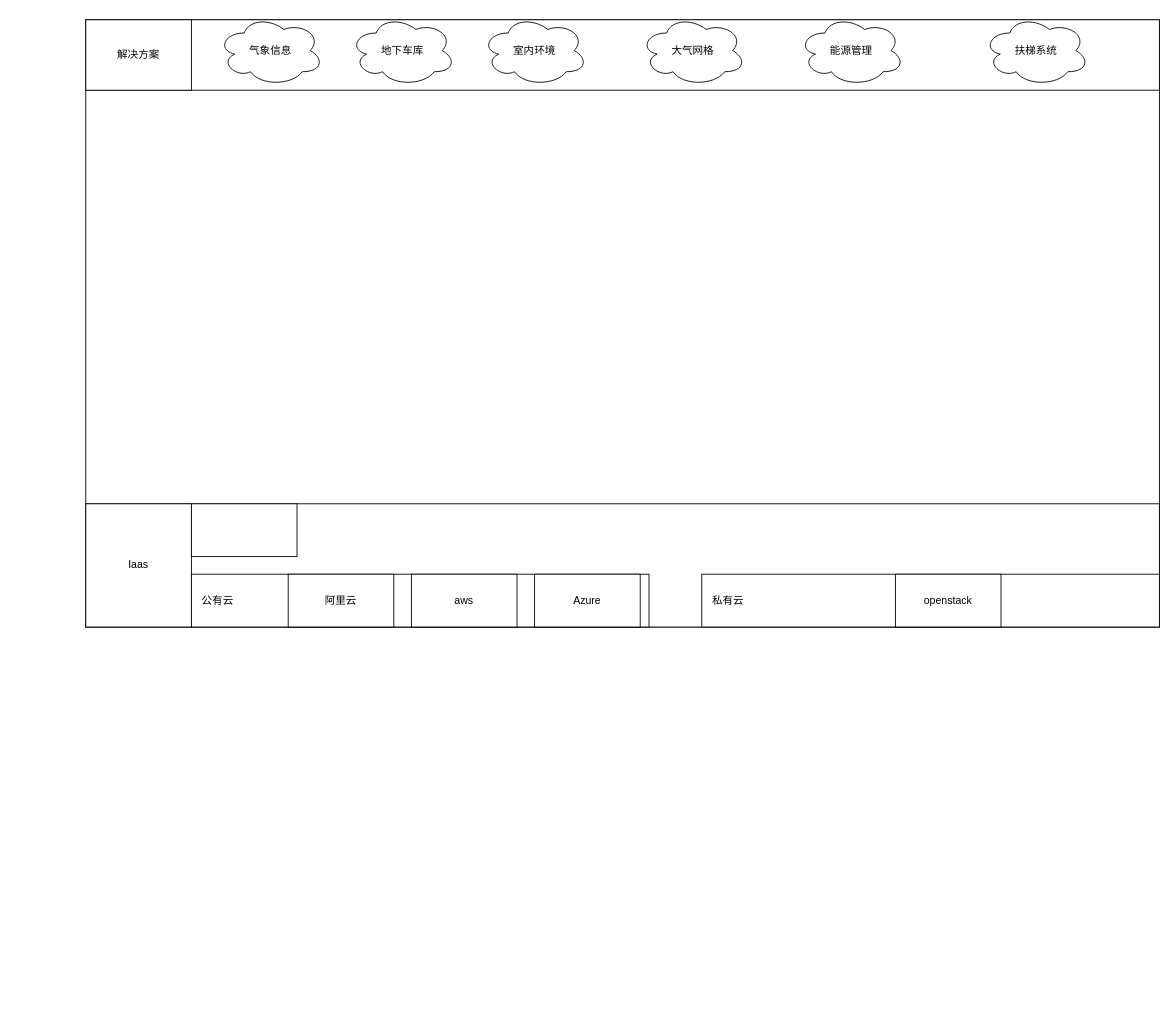
Earlier version of the draw.io diagram page "pass" (2 of 3) of qiwu.drawio (viking-wj/software). Source tidied: cells renumbered, new cells numbered last; positions are measured from the earlier drawing's top-left corner, leaving out a move shared by most shapes. Both pictures are drawn from the tidied source at 88%, with x=0, y=0 at pixel (85, 15).
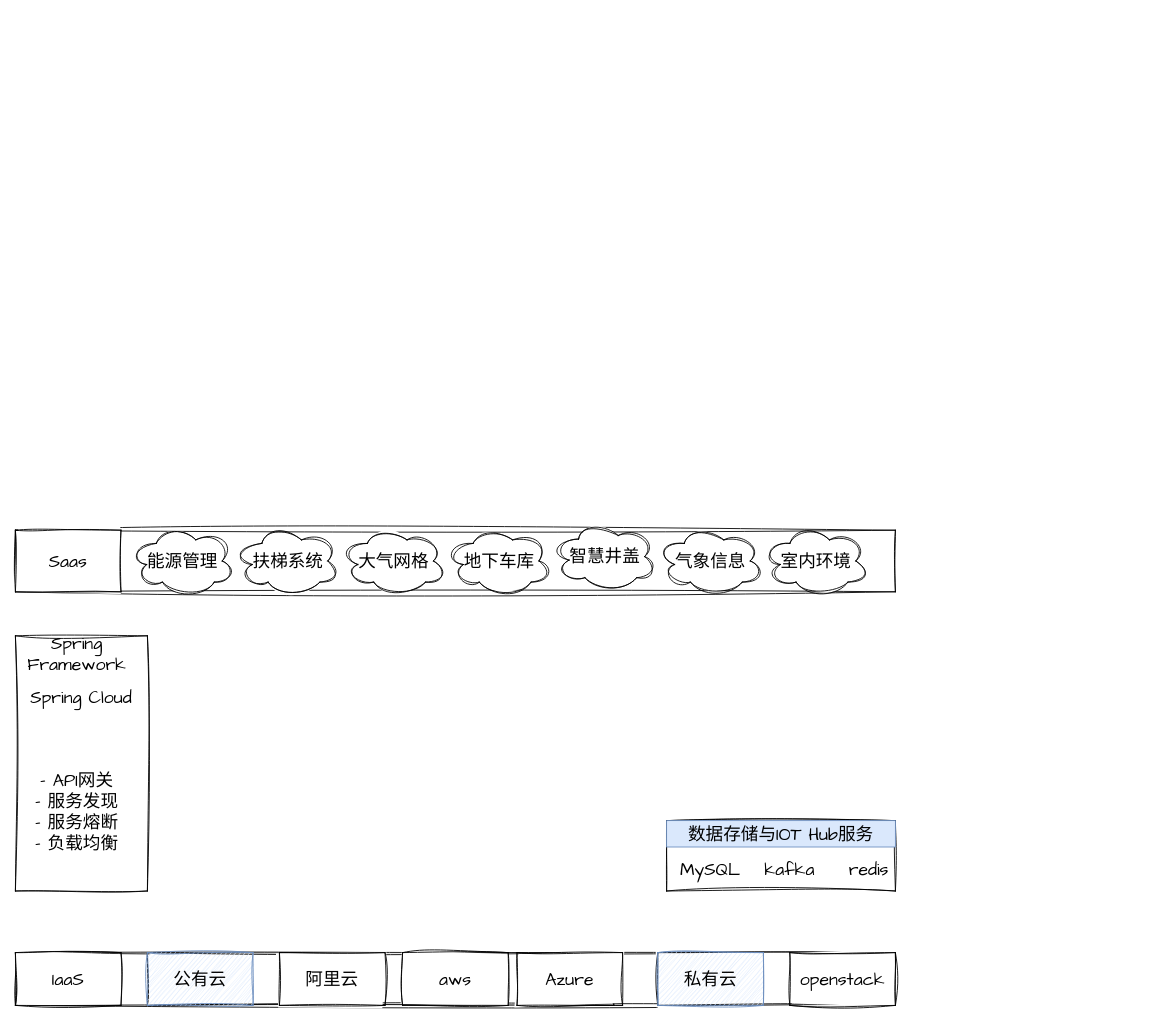
After the change.

What changed in the source:
```diff
@@
-    <mxCell id="2" style="rounded=0;whiteSpace=wrap;html=1;" parent="1" vertex="1">
-      <mxGeometry y="5" width="1220" height="690" as="geometry" />
-    </mxCell>
-    <mxCell id="3" style="rounded=0;whiteSpace=wrap;html=1;" parent="1" vertex="1">
-      <mxGeometry y="5" width="1220" height="80" as="geometry" />
-    </mxCell>
-    <mxCell id="4" value="解决方案" style="rounded=0;whiteSpace=wrap;html=1;" parent="1" vertex="1">
-      <mxGeometry y="5" width="120" height="80" as="geometry" />
-    </mxCell>
-    <mxCell id="5" value="气象信息" style="ellipse;shape=cloud;whiteSpace=wrap;html=1;" parent="1" vertex="1">
-      <mxGeometry x="150" width="120" height="80" as="geometry" />
-    </mxCell>
-    <mxCell id="6" value="地下车库" style="ellipse;shape=cloud;whiteSpace=wrap;html=1;" parent="1" vertex="1">
-      <mxGeometry x="300" width="120" height="80" as="geometry" />
-    </mxCell>
-    <mxCell id="7" value="室内环境" style="ellipse;shape=cloud;whiteSpace=wrap;html=1;" parent="1" vertex="1">
-      <mxGeometry x="450" width="120" height="80" as="geometry" />
-    </mxCell>
-    <mxCell id="8" value="大气网格" style="ellipse;shape=cloud;whiteSpace=wrap;html=1;" parent="1" vertex="1">
-      <mxGeometry x="630" width="120" height="80" as="geometry" />
-    </mxCell>
+    <mxCell id="22" style="group;" parent="1" vertex="1">
+      <mxGeometry x="660" y="915" width="260" height="80" as="geometry" />
+    </mxCell>
+    <mxCell id="23" style="rounded=0;whiteSpace=wrap;html=1;sketch=1;hachureGap=4;jiggle=2;curveFitting=1;fontFamily=Architects Daughter;fontSize=20;" parent="22" vertex="1">
+      <mxGeometry width="260" height="80" as="geometry" />
+    </mxCell>
+    <mxCell id="24" value="MySQL" style="text;html=1;strokeColor=none;fillColor=none;align=center;verticalAlign=middle;whiteSpace=wrap;rounded=0;fontSize=20;fontFamily=Architects Daughter;" parent="22" vertex="1">
+      <mxGeometry x="20" y="40" width="60" height="30" as="geometry" />
+    </mxCell>
+    <mxCell id="25" value="kafka" style="text;html=1;strokeColor=none;fillColor=none;align=center;verticalAlign=middle;whiteSpace=wrap;rounded=0;fontSize=20;fontFamily=Architects Daughter;" parent="22" vertex="1">
+      <mxGeometry x="110" y="40" width="60" height="30" as="geometry" />
+    </mxCell>
+    <mxCell id="26" value="redis" style="text;html=1;strokeColor=none;fillColor=none;align=center;verticalAlign=middle;whiteSpace=wrap;rounded=0;fontSize=20;fontFamily=Architects Daughter;" parent="22" vertex="1">
+      <mxGeometry x="200" y="40" width="60" height="30" as="geometry" />
+    </mxCell>
+    <mxCell id="27" value="数据存储与IOT Hub服务" style="text;html=1;strokeColor=#6c8ebf;fillColor=#dae8fc;align=center;verticalAlign=middle;whiteSpace=wrap;rounded=0;fontSize=20;fontFamily=Architects Daughter;" parent="22" vertex="1">
+      <mxGeometry width="260" height="30" as="geometry" />
+    </mxCell>
+    <mxCell id="28" style="group;" parent="1" vertex="1">
+      <mxGeometry x="-80" y="705" width="150" height="299" as="geometry" />
+    </mxCell>
+    <mxCell id="29" style="rounded=0;whiteSpace=wrap;html=1;sketch=1;hachureGap=4;jiggle=2;curveFitting=1;fontFamily=Architects Daughter;fontSize=20;" parent="28" vertex="1">
+      <mxGeometry width="150" height="290" as="geometry" />
+    </mxCell>
+    <mxCell id="30" value="Spring Framework" style="text;html=1;strokeColor=none;fillColor=none;align=center;verticalAlign=middle;whiteSpace=wrap;rounded=0;fontSize=20;fontFamily=Architects Daughter;" parent="28" vertex="1">
+      <mxGeometry width="140" height="40" as="geometry" />
+    </mxCell>
+    <mxCell id="31" value="- API网关&lt;br&gt;- 服务发现&lt;br&gt;- 服务熔断&lt;br&gt;- 负载均衡" style="text;html=1;strokeColor=none;fillColor=none;align=center;verticalAlign=middle;whiteSpace=wrap;rounded=0;fontSize=20;fontFamily=Architects Daughter;" parent="28" vertex="1">
+      <mxGeometry x="15" y="100" width="110" height="199" as="geometry" />
+    </mxCell>
+    <mxCell id="32" value="Spring&amp;nbsp;Cloud" style="text;html=1;strokeColor=none;fillColor=none;align=center;verticalAlign=middle;whiteSpace=wrap;rounded=0;fontSize=20;fontFamily=Architects Daughter;" parent="28" vertex="1">
+      <mxGeometry x="5" y="50" width="140" height="40" as="geometry" />
+    </mxCell>
+    <mxCell id="33" style="group;" parent="1" vertex="1">
+      <mxGeometry x="-80" y="575" width="1000" height="85" as="geometry" />
+    </mxCell>
+    <mxCell id="34" style="rounded=0;whiteSpace=wrap;html=1;sketch=1;hachureGap=4;jiggle=2;curveFitting=1;fontFamily=Architects Daughter;fontSize=20;" parent="33" vertex="1">
+      <mxGeometry y="10" width="1000" height="70" as="geometry" />
+    </mxCell>
+    <mxCell id="35" value="Saas" style="rounded=0;whiteSpace=wrap;html=1;sketch=1;hachureGap=4;jiggle=2;curveFitting=1;fontFamily=Architects Daughter;fontSize=20;" parent="33" vertex="1">
+      <mxGeometry y="10" width="120" height="70" as="geometry" />
+    </mxCell>
-    <mxCell id="9" value="能源管理" style="ellipse;shape=cloud;whiteSpace=wrap;html=1;" parent="1" vertex="1">
-      <mxGeometry x="810" width="120" height="80" as="geometry" />
+    <mxCell id="9" value="能源管理" style="ellipse;shape=cloud;whiteSpace=wrap;html=1;sketch=1;hachureGap=4;jiggle=2;curveFitting=1;fontFamily=Architects Daughter;fontSize=20;" parent="33" vertex="1">
+      <mxGeometry x="130" y="5" width="120" height="80" as="geometry" />
     </mxCell>
-    <mxCell id="10" value="扶梯系统" style="ellipse;shape=cloud;whiteSpace=wrap;html=1;" parent="1" vertex="1">
-      <mxGeometry x="1020" width="120" height="80" as="geometry" />
+    <mxCell id="10" value="扶梯系统" style="ellipse;shape=cloud;whiteSpace=wrap;html=1;sketch=1;hachureGap=4;jiggle=2;curveFitting=1;fontFamily=Architects Daughter;fontSize=20;" parent="33" vertex="1">
+      <mxGeometry x="250" y="5" width="120" height="80" as="geometry" />
     </mxCell>
-    <mxCell id="11" style="rounded=0;whiteSpace=wrap;html=1;" parent="1" vertex="1">
-      <mxGeometry y="555" width="1220" height="140" as="geometry" />
-    </mxCell>
-    <mxCell id="12" value="Iaas" style="rounded=0;whiteSpace=wrap;html=1;" parent="1" vertex="1">
-      <mxGeometry y="555" width="120" height="140" as="geometry" />
-    </mxCell>
-    <mxCell id="13" style="rounded=0;whiteSpace=wrap;html=1;" parent="1" vertex="1">
-      <mxGeometry x="120" y="635" width="520" height="60" as="geometry" />
-    </mxCell>
-    <mxCell id="14" style="rounded=0;whiteSpace=wrap;html=1;" parent="1" vertex="1">
-      <mxGeometry x="120" y="555" width="120" height="60" as="geometry" />
-    </mxCell>
+    <mxCell id="8" value="大气网格" style="ellipse;shape=cloud;whiteSpace=wrap;html=1;sketch=1;hachureGap=4;jiggle=2;curveFitting=1;fontFamily=Architects Daughter;fontSize=20;" parent="33" vertex="1">
+      <mxGeometry x="370" y="5" width="120" height="80" as="geometry" />
+    </mxCell>
+    <mxCell id="6" value="地下车库" style="ellipse;shape=cloud;whiteSpace=wrap;html=1;sketch=1;hachureGap=4;jiggle=2;curveFitting=1;fontFamily=Architects Daughter;fontSize=20;" parent="33" vertex="1">
+      <mxGeometry x="490" y="5" width="120" height="80" as="geometry" />
+    </mxCell>
+    <mxCell id="36" value="智慧井盖" style="ellipse;shape=cloud;whiteSpace=wrap;html=1;sketch=1;hachureGap=4;jiggle=2;curveFitting=1;fontFamily=Architects Daughter;fontSize=20;" parent="33" vertex="1">
+      <mxGeometry x="610" width="120" height="80" as="geometry" />
+    </mxCell>
+    <mxCell id="5" value="气象信息" style="ellipse;shape=cloud;whiteSpace=wrap;html=1;sketch=1;hachureGap=4;jiggle=2;curveFitting=1;fontFamily=Architects Daughter;fontSize=20;" parent="33" vertex="1">
+      <mxGeometry x="730" y="5" width="120" height="80" as="geometry" />
+    </mxCell>
+    <mxCell id="7" value="室内环境" style="ellipse;shape=cloud;whiteSpace=wrap;html=1;sketch=1;hachureGap=4;jiggle=2;curveFitting=1;fontFamily=Architects Daughter;fontSize=20;" parent="33" vertex="1">
+      <mxGeometry x="850" y="5" width="120" height="80" as="geometry" />
+    </mxCell>
+    <mxCell id="37" style="group;" parent="1" vertex="1">
+      <mxGeometry x="-80" y="1065" width="1000" height="60" as="geometry" />
+    </mxCell>
+    <mxCell id="38" style="rounded=0;whiteSpace=wrap;html=1;sketch=1;hachureGap=4;jiggle=2;curveFitting=1;fontFamily=Architects Daughter;fontSize=20;" parent="37" vertex="1">
+      <mxGeometry width="960" height="60" as="geometry" />
+    </mxCell>
+    <mxCell id="39" value="IaaS" style="rounded=0;whiteSpace=wrap;html=1;sketch=1;hachureGap=4;jiggle=2;curveFitting=1;fontFamily=Architects Daughter;fontSize=20;" parent="37" vertex="1">
+      <mxGeometry width="120" height="60" as="geometry" />
+    </mxCell>
+    <mxCell id="40" style="rounded=0;whiteSpace=wrap;html=1;sketch=1;hachureGap=4;jiggle=2;curveFitting=1;fontFamily=Architects Daughter;fontSize=20;" parent="37" vertex="1">
+      <mxGeometry x="150" width="530" height="60" as="geometry" />
+    </mxCell>
+    <mxCell id="41" style="rounded=0;whiteSpace=wrap;html=1;sketch=1;hachureGap=4;jiggle=2;curveFitting=1;fontFamily=Architects Daughter;fontSize=20;" parent="37" vertex="1">
+      <mxGeometry x="730" width="270" height="60" as="geometry" />
+    </mxCell>
-    <mxCell id="15" value="公有云" style="text;html=1;strokeColor=none;fillColor=none;align=center;verticalAlign=middle;whiteSpace=wrap;rounded=0;" parent="1" vertex="1">
-      <mxGeometry x="120" y="650" width="60" height="30" as="geometry" />
+    <mxCell id="15" value="公有云" style="rounded=0;whiteSpace=wrap;html=1;sketch=1;hachureGap=4;jiggle=2;curveFitting=1;fontFamily=Architects Daughter;fontSize=20;fillColor=#dae8fc;strokeColor=#6c8ebf;" parent="37" vertex="1">
+      <mxGeometry x="150" width="120" height="60" as="geometry" />
     </mxCell>
-    <mxCell id="16" style="rounded=0;whiteSpace=wrap;html=1;" parent="1" vertex="1">
-      <mxGeometry x="700" y="635" width="520" height="60" as="geometry" />
-    </mxCell>
-    <mxCell id="17" value="阿里云" style="rounded=0;whiteSpace=wrap;html=1;" parent="1" vertex="1">
-      <mxGeometry x="230" y="635" width="120" height="60" as="geometry" />
+    <mxCell id="17" value="阿里云" style="rounded=0;whiteSpace=wrap;html=1;sketch=1;hachureGap=4;jiggle=2;curveFitting=1;fontFamily=Architects Daughter;fontSize=20;" parent="37" vertex="1">
+      <mxGeometry x="300" width="120" height="60" as="geometry" />
     </mxCell>
-    <mxCell id="18" value="aws" style="rounded=0;whiteSpace=wrap;html=1;" parent="1" vertex="1">
-      <mxGeometry x="370" y="635" width="120" height="60" as="geometry" />
+    <mxCell id="18" value="aws" style="rounded=0;whiteSpace=wrap;html=1;sketch=1;hachureGap=4;jiggle=2;curveFitting=1;fontFamily=Architects Daughter;fontSize=20;" parent="37" vertex="1">
+      <mxGeometry x="440" width="120" height="60" as="geometry" />
     </mxCell>
-    <mxCell id="19" value="Azure" style="rounded=0;whiteSpace=wrap;html=1;" parent="1" vertex="1">
-      <mxGeometry x="510" y="635" width="120" height="60" as="geometry" />
+    <mxCell id="19" value="Azure" style="rounded=0;whiteSpace=wrap;html=1;sketch=1;hachureGap=4;jiggle=2;curveFitting=1;fontFamily=Architects Daughter;fontSize=20;" parent="37" vertex="1">
+      <mxGeometry x="570" width="120" height="60" as="geometry" />
     </mxCell>
-    <mxCell id="20" value="私有云" style="text;html=1;strokeColor=none;fillColor=none;align=center;verticalAlign=middle;whiteSpace=wrap;rounded=0;" parent="1" vertex="1">
-      <mxGeometry x="700" y="650" width="60" height="30" as="geometry" />
+    <mxCell id="20" value="私有云" style="rounded=0;whiteSpace=wrap;html=1;sketch=1;hachureGap=4;jiggle=2;curveFitting=1;fontFamily=Architects Daughter;fontSize=20;fillColor=#dae8fc;strokeColor=#6c8ebf;" parent="37" vertex="1">
+      <mxGeometry x="730" width="120" height="60" as="geometry" />
     </mxCell>
-    <mxCell id="21" value="openstack" style="rounded=0;whiteSpace=wrap;html=1;" parent="1" vertex="1">
-      <mxGeometry x="920" y="635" width="120" height="60" as="geometry" />
+    <mxCell id="21" value="openstack" style="rounded=0;whiteSpace=wrap;html=1;sketch=1;hachureGap=4;jiggle=2;curveFitting=1;fontFamily=Architects Daughter;fontSize=20;" parent="37" vertex="1">
+      <mxGeometry x="880" width="120" height="60" as="geometry" />
     </mxCell>
```
